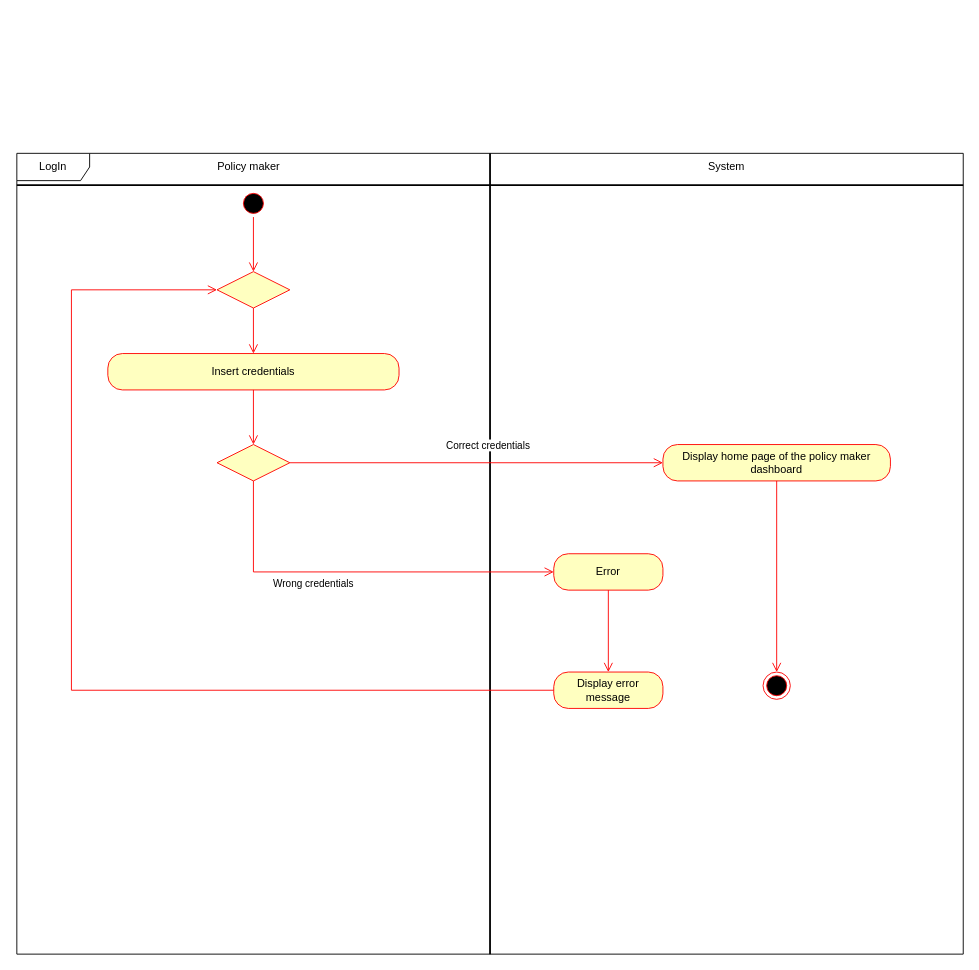
The draw.io diagram page "LogIn" (2 of 6) of PolicyMaker.drawio in matteovisotto/SE2-CecchettoSirianiVisotto, before the edit. Source tidied: cells renumbered, new cells numbered last; positions are measured from the earlier drawing's top-left corner, leaving out a move shared by most shapes. Both pictures are drawn from the tidied source at 91%, with x=0, y=0 at pixel (16, 153).
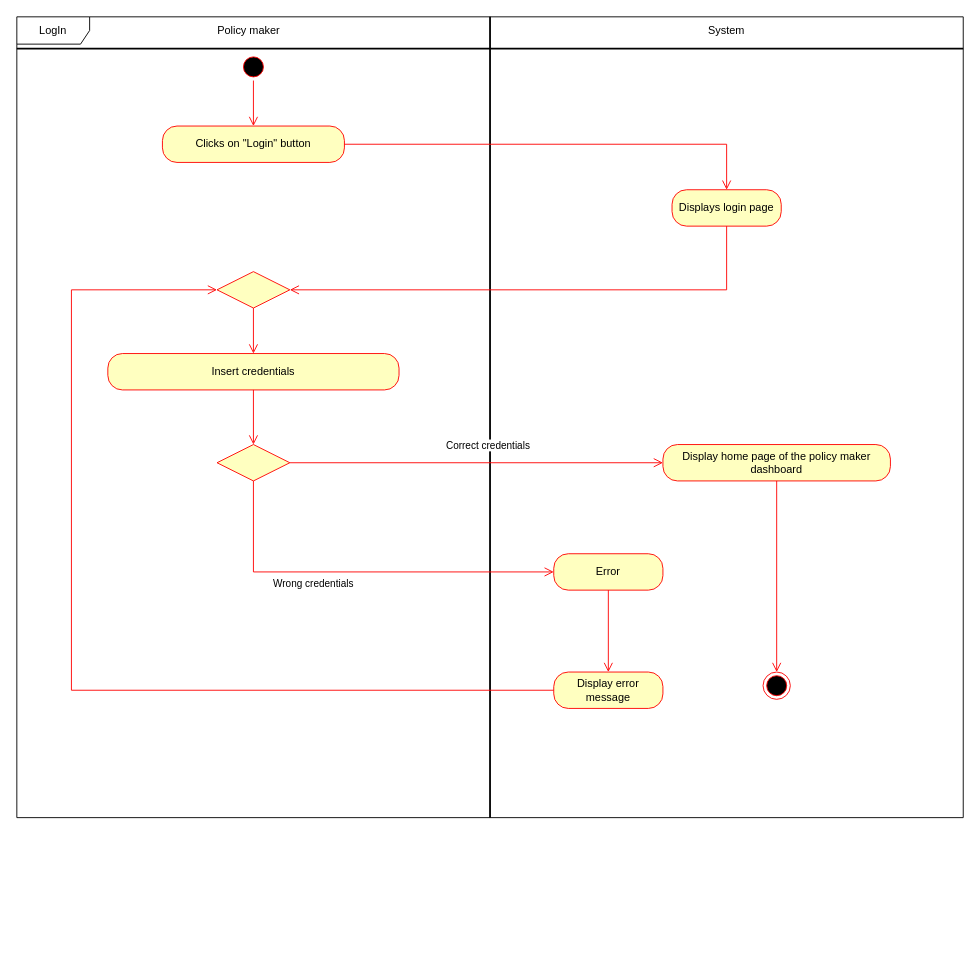
After the change.

Unchanged cells that the change refers to:
```xml
<mxCell id="6" style="rhombus;whiteSpace=wrap;html=1;fillColor=#ffffc0;strokeColor=#ff0000;" parent="1" vertex="1">
  <mxGeometry x="220" y="130" width="80" height="40" as="geometry" />
</mxCell>
```

The edit, as a diff of the source:
```diff
@@
     <mxCell id="2" value="LogIn" style="shape=umlFrame;whiteSpace=wrap;html=1;width=80;height=30;" parent="1" vertex="1">
-      <mxGeometry width="1040" height="880" as="geometry" />
+      <mxGeometry y="-150" width="1040" height="880" as="geometry" />
     </mxCell>
     <mxCell id="3" style="line;strokeWidth=2;direction=south;html=1;" parent="1" vertex="1">
-      <mxGeometry x="515" width="10" height="880" as="geometry" />
+      <mxGeometry x="515" y="-150" width="10" height="880" as="geometry" />
     </mxCell>
     <mxCell id="4" style="ellipse;html=1;shape=startState;fillColor=#000000;strokeColor=#ff0000;" parent="1" vertex="1">
-      <mxGeometry x="245" y="40" width="30" height="30" as="geometry" />
+      <mxGeometry x="245" y="-110" width="30" height="30" as="geometry" />
     </mxCell>
-    <mxCell id="5" style="edgeStyle=orthogonalEdgeStyle;html=1;verticalAlign=bottom;endArrow=open;endSize=8;strokeColor=#ff0000;rounded=0;" parent="1" edge="1" source="4" target="6">
+    <mxCell id="5" style="edgeStyle=orthogonalEdgeStyle;html=1;verticalAlign=bottom;endArrow=open;endSize=8;strokeColor=#ff0000;rounded=0;" parent="1" edge="1" source="4" target="23">
       <mxGeometry relative="1" as="geometry" />
     </mxCell>
@@
     <mxCell id="16" style="line;strokeWidth=2;html=1;" parent="1" vertex="1">
-      <mxGeometry y="30" width="1040" height="10" as="geometry" />
+      <mxGeometry y="-120" width="1040" height="10" as="geometry" />
     </mxCell>
     <mxCell id="17" value="Policy maker" style="text;html=1;strokeColor=none;fillColor=none;align=center;verticalAlign=middle;whiteSpace=wrap;rounded=0;" parent="1" vertex="1">
-      <mxGeometry x="200" width="110" height="30" as="geometry" />
+      <mxGeometry x="200" y="-150" width="110" height="30" as="geometry" />
     </mxCell>
     <mxCell id="18" value="System" style="text;html=1;strokeColor=none;fillColor=none;align=center;verticalAlign=middle;whiteSpace=wrap;rounded=0;" parent="1" vertex="1">
-      <mxGeometry x="750" width="60" height="30" as="geometry" />
+      <mxGeometry x="750" y="-150" width="60" height="30" as="geometry" />
     </mxCell>
@@
+    <mxCell id="23" value="Clicks on &quot;Login&quot; button" style="rounded=1;whiteSpace=wrap;html=1;arcSize=40;fontColor=#000000;fillColor=#ffffc0;strokeColor=#ff0000;" parent="1" vertex="1">
+      <mxGeometry x="160" y="-30" width="200" height="40" as="geometry" />
+    </mxCell>
+    <mxCell id="24" style="edgeStyle=orthogonalEdgeStyle;html=1;verticalAlign=bottom;endArrow=open;endSize=8;strokeColor=#ff0000;rounded=0;" parent="1" edge="1" source="23" target="25">
+      <mxGeometry relative="1" as="geometry" />
+    </mxCell>
+    <mxCell id="25" value="Displays login page" style="rounded=1;whiteSpace=wrap;html=1;arcSize=40;fontColor=#000000;fillColor=#ffffc0;strokeColor=#ff0000;" parent="1" vertex="1">
+      <mxGeometry x="720" y="40" width="120" height="40" as="geometry" />
+    </mxCell>
+    <mxCell id="26" style="edgeStyle=orthogonalEdgeStyle;html=1;verticalAlign=bottom;endArrow=open;endSize=8;strokeColor=#ff0000;rounded=0;" parent="1" edge="1" source="25" target="6">
+      <mxGeometry relative="1" as="geometry">
+        <Array as="points">
+          <mxPoint x="780" y="150" />
+        </Array>
+      </mxGeometry>
+    </mxCell>
```
